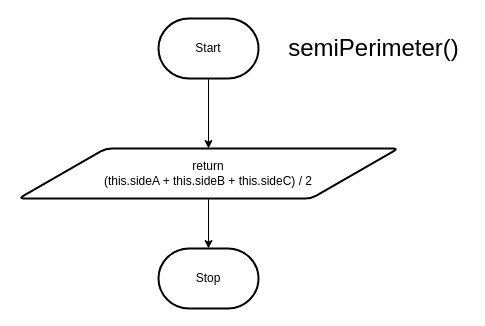
Before: semiPerimeter.drawio in AndiCucka/Assignment-3, a draw.io diagram. Source tidied: cells renumbered, new cells numbered last; positions are measured from the earlier drawing's top-left corner, leaving out a move shared by most shapes. Both pictures are drawn from the tidied source at 100%, with x=0, y=0 at pixel (18, 18).
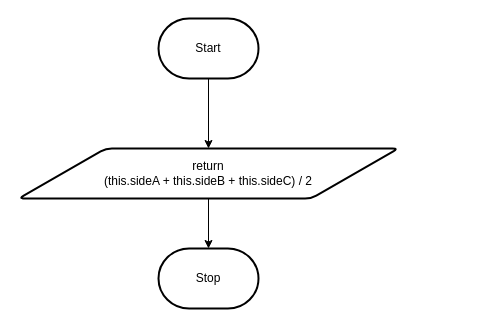
After the change.

What changed in the source:
```diff
@@
 <mxGraphModel>
   <root>
     <mxCell id="0" />
     <mxCell id="1" parent="0" />
     <mxCell id="2" style="edgeStyle=none;html=1;entryX=0.5;entryY=0;entryDx=0;entryDy=0;" parent="1" edge="1" source="3" target="6">
       <mxGeometry relative="1" as="geometry" />
     </mxCell>
     <mxCell id="3" value="Start" style="strokeWidth=2;html=1;shape=mxgraph.flowchart.terminator;whiteSpace=wrap;" parent="1" vertex="1">
       <mxGeometry x="140" width="100" height="60" as="geometry" />
     </mxCell>
     <mxCell id="4" value="Stop" style="strokeWidth=2;html=1;shape=mxgraph.flowchart.terminator;whiteSpace=wrap;" parent="1" vertex="1">
       <mxGeometry x="140" y="230" width="100" height="60" as="geometry" />
     </mxCell>
     <mxCell id="5" style="edgeStyle=none;html=1;entryX=0.5;entryY=0;entryDx=0;entryDy=0;entryPerimeter=0;" parent="1" edge="1" source="6" target="4">
       <mxGeometry relative="1" as="geometry" />
     </mxCell>
     <mxCell id="6" value="return&lt;br&gt;&lt;div&gt;(this.sideA + this.sideB + this.sideC) / 2&lt;br&gt;&lt;/div&gt;" style="shape=parallelogram;html=1;strokeWidth=2;perimeter=parallelogramPerimeter;whiteSpace=wrap;rounded=1;arcSize=12;size=0.23;" parent="1" vertex="1">
       <mxGeometry y="130" width="380" height="50" as="geometry" />
     </mxCell>
-    <mxCell id="7" value="&lt;font style=&quot;font-size: 24px;&quot;&gt;semiPerimeter()&lt;/font&gt;" style="text;html=1;align=center;verticalAlign=middle;strokeColor=none;fillColor=none;" parent="1" vertex="1">
-      <mxGeometry x="260" y="10" width="190" height="40" as="geometry" />
-    </mxCell>
   </root>
 </mxGraphModel>
```
